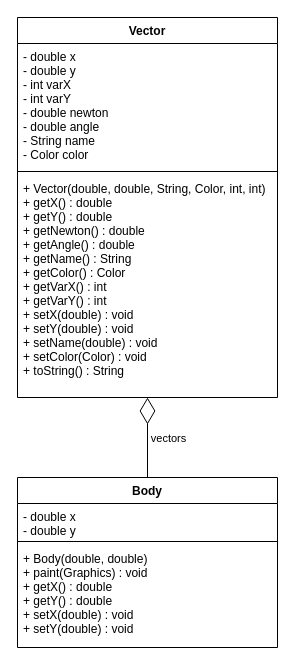
This is Documentazione/uml.drawio from AndreaMasciocchi/Vector, a draw.io file, before an edit. Source tidied: cells renumbered, new cells numbered last; positions are measured from the earlier drawing's top-left corner, leaving out a move shared by most shapes. Both pictures are drawn from the tidied source at 100%, with x=0, y=0 at pixel (17, 17).
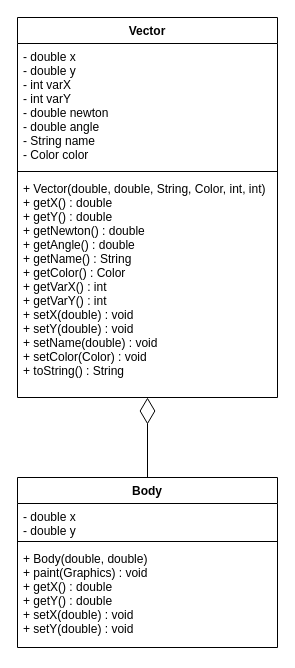
After the change.

What changed in the source:
```diff
@@
 <mxGraphModel>
   <root>
     <mxCell id="0" />
     <mxCell id="1" parent="0" />
     <mxCell id="2" value="Vector" style="swimlane;fontStyle=1;align=center;verticalAlign=top;horizontal=1;startSize=26;" parent="1" vertex="1">
       <mxGeometry width="260" height="380" as="geometry" />
     </mxCell>
     <mxCell id="3" value="- double x&#10;- double y&#10;- int varX&#10;- int varY&#10;- double newton&#10;- double angle&#10;- String name&#10;- Color color" style="text;strokeColor=none;fillColor=none;align=left;verticalAlign=top;spacingLeft=4;spacingRight=4;overflow=hidden;" parent="2" vertex="1">
       <mxGeometry y="26" width="260" height="124" as="geometry" />
     </mxCell>
     <mxCell id="4" style="line;strokeWidth=1;fillColor=none;align=left;verticalAlign=middle;spacingTop=-1;spacingLeft=3;spacingRight=3;labelPosition=right;" parent="2" vertex="1">
       <mxGeometry y="150" width="260" height="8" as="geometry" />
     </mxCell>
     <mxCell id="5" value="+ Vector(double, double, String, Color, int, int)&#10;+ getX() : double&#10;+ getY() : double&#10;+ getNewton() : double&#10;+ getAngle() : double&#10;+ getName() : String&#10;+ getColor() : Color&#10;+ getVarX() : int&#10;+ getVarY() : int&#10;+ setX(double) : void&#10;+ setY(double) : void&#10;+ setName(double) : void&#10;+ setColor(Color) : void&#10;+ toString() : String" style="text;strokeColor=none;fillColor=none;align=left;verticalAlign=top;spacingLeft=4;spacingRight=4;overflow=hidden;points=[[0,0.5],[1,0.5]];portConstraint=eastwest;" parent="2" vertex="1">
       <mxGeometry y="158" width="260" height="222" as="geometry" />
     </mxCell>
     <mxCell id="6" value="Body" style="swimlane;fontStyle=1;align=center;verticalAlign=top;horizontal=1;startSize=26;" parent="1" vertex="1">
       <mxGeometry y="460" width="260" height="170" as="geometry" />
     </mxCell>
     <mxCell id="7" value="- double x&#10;- double y" style="text;strokeColor=none;fillColor=none;align=left;verticalAlign=top;spacingLeft=4;spacingRight=4;overflow=hidden;" parent="6" vertex="1">
       <mxGeometry y="26" width="260" height="34" as="geometry" />
     </mxCell>
     <mxCell id="8" style="line;strokeWidth=1;fillColor=none;align=left;verticalAlign=middle;spacingTop=-1;spacingLeft=3;spacingRight=3;labelPosition=right;" parent="6" vertex="1">
       <mxGeometry y="60" width="260" height="8" as="geometry" />
     </mxCell>
     <mxCell id="9" value="+ Body(double, double)&#10;+ paint(Graphics) : void&#10;+ getX() : double&#10;+ getY() : double&#10;+ setX(double) : void&#10;+ setY(double) : void&#10;" style="text;strokeColor=none;fillColor=none;align=left;verticalAlign=top;spacingLeft=4;spacingRight=4;overflow=hidden;" parent="6" vertex="1">
       <mxGeometry y="68" width="260" height="102" as="geometry" />
     </mxCell>
-    <mxCell id="10" style="endArrow=diamondThin;endFill=0;endSize=24;html=1;rounded=0;exitX=0.5;exitY=0;exitDx=0;exitDy=0;strokeColor=default;" parent="1" edge="1" source="6">
-      <mxGeometry relative="1" as="geometry">
-        <mxPoint x="130" y="380" as="targetPoint" />
-      </mxGeometry>
-    </mxCell>
-    <mxCell id="11" value="vectors" style="edgeLabel;html=1;align=center;verticalAlign=middle;" parent="10" vertex="1">
-      <mxGeometry x="0.5" y="-5" relative="1" as="geometry">
-        <mxPoint x="15" y="20" as="offset" />
-      </mxGeometry>
-    </mxCell>
+    <mxCell id="12" style="endArrow=diamondThin;endFill=0;endSize=24;html=1;rounded=0;" parent="1" edge="1" source="6" target="5">
+      <mxGeometry relative="1" as="geometry" />
+    </mxCell>
   </root>
 </mxGraphModel>
```
